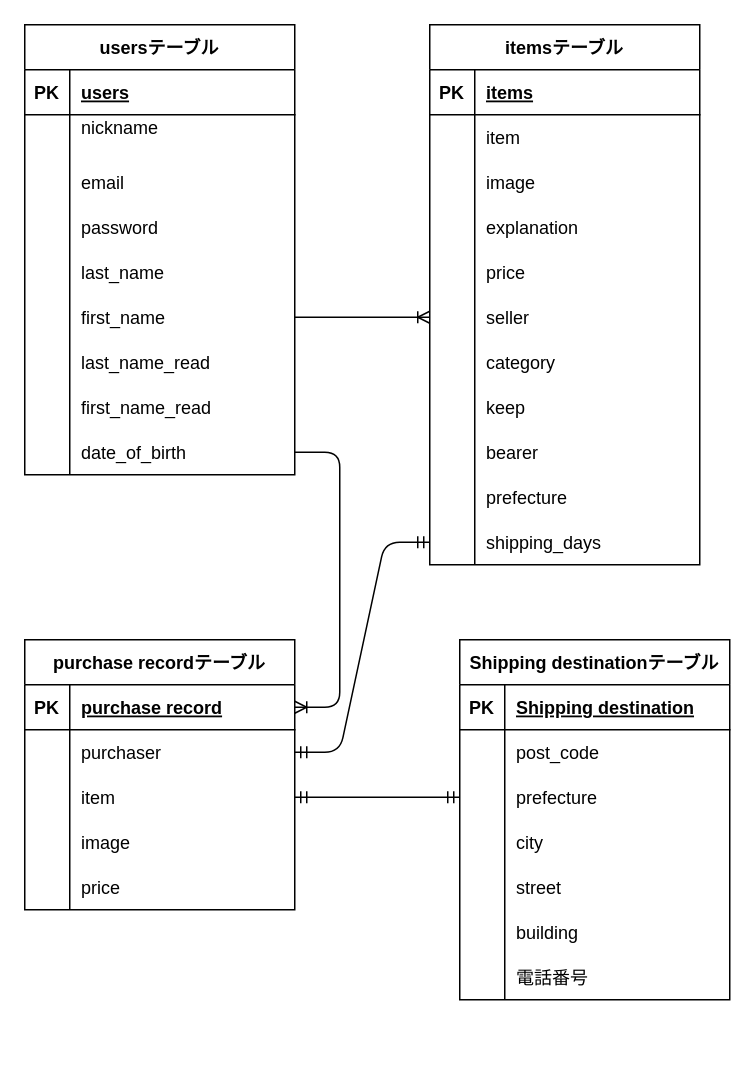
Kenshin-kohara/furima-41656 keeps this draw.io diagram as DB.dio. Above is the earlier version. Source tidied: cells renumbered, new cells numbered last; positions are measured from the earlier drawing's top-left corner, leaving out a move shared by most shapes. Both pictures are drawn from the tidied source at 150%, with x=0, y=0 at pixel (24, 24).
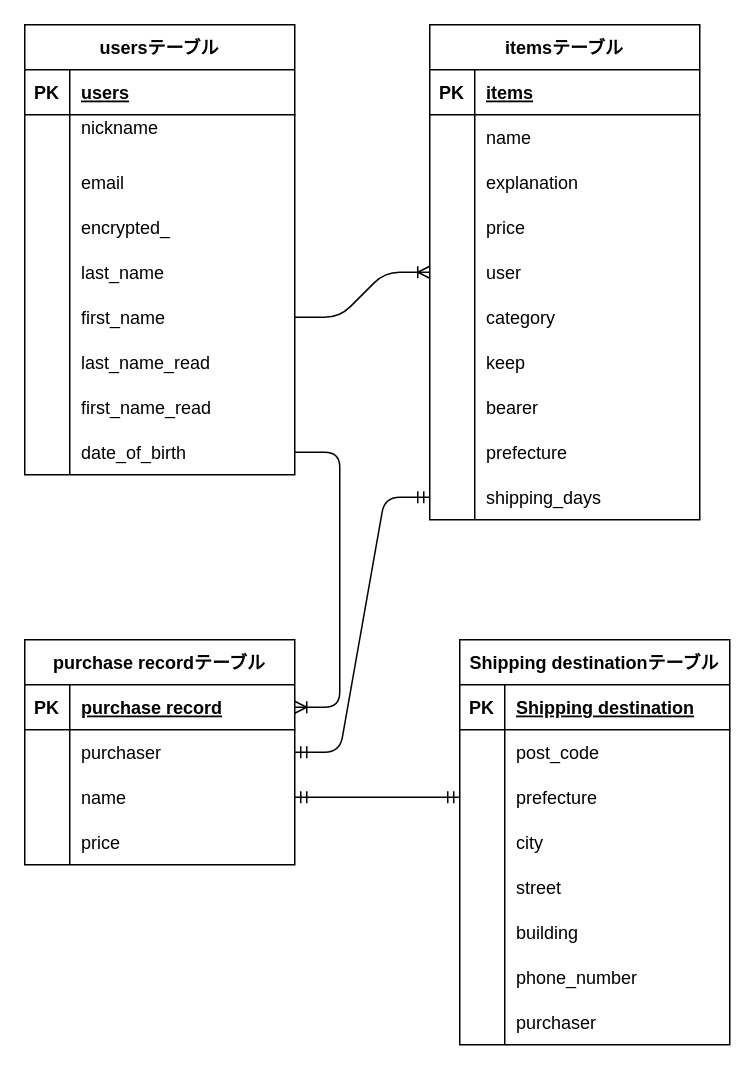
The same page after the edit.

The change refers to these unchanged cells:
```xml
<mxCell id="12" style="shape=tableRow;horizontal=0;startSize=0;swimlaneHead=0;swimlaneBody=0;fillColor=none;top=0;left=0;right=0;bottom=0;" parent="2" vertex="1">
  <mxGeometry y="120" width="180" height="30" as="geometry" />
</mxCell>
<mxCell id="34" style="shape=tableRow;horizontal=0;startSize=0;swimlaneHead=0;swimlaneBody=0;fillColor=none;top=0;left=0;right=0;bottom=0;" parent="30" vertex="1">
  <mxGeometry y="60" width="180" height="30" as="geometry" />
</mxCell>
<mxCell id="71" style="shape=tableRow;horizontal=0;startSize=0;swimlaneHead=0;swimlaneBody=0;fillColor=none;points=[[0,0.5],[1,0.5]];portConstraint=eastwest;top=0;left=0;right=0;bottom=0;" parent="64" vertex="1">
  <mxGeometry y="90" width="180" height="30" as="geometry" />
</mxCell>
<mxCell id="99" style="shape=tableRow;horizontal=0;startSize=0;swimlaneHead=0;swimlaneBody=0;fillColor=none;top=0;left=0;right=0;bottom=0;" parent="80" vertex="1">
  <mxGeometry y="210" width="180" height="30" as="geometry" />
</mxCell>
```

The edit, as a diff of the source:
```diff
@@
-    <mxCell id="14" value="password" style="shape=partialRectangle;fillColor=none;top=0;left=0;bottom=0;right=0;align=left;spacingLeft=6;overflow=hidden;" parent="12" vertex="1">
+    <mxCell id="14" value="encrypted_" style="shape=partialRectangle;fillColor=none;top=0;left=0;bottom=0;right=0;align=left;spacingLeft=6;overflow=hidden;" parent="12" vertex="1">
       <mxGeometry x="30" width="150" height="30" as="geometry" />
     </mxCell>
@@
     <mxCell id="30" value="itemsテーブル" style="shape=table;startSize=30;childLayout=tableLayout;rowLines=0;fontStyle=1;align=center;" parent="1" vertex="1">
-      <mxGeometry x="270" width="180" height="360" as="geometry" />
+      <mxGeometry x="270" width="180" height="330" as="geometry" />
     </mxCell>
@@
-    <mxCell id="36" value="item" style="shape=partialRectangle;fillColor=none;top=0;left=0;bottom=0;right=0;align=left;spacingLeft=6;overflow=hidden;" parent="34" vertex="1">
+    <mxCell id="36" value="name" style="shape=partialRectangle;fillColor=none;top=0;left=0;bottom=0;right=0;align=left;spacingLeft=6;overflow=hidden;" parent="34" vertex="1">
       <mxGeometry x="30" width="150" height="30" as="geometry" />
     </mxCell>
-    <mxCell id="37" style="shape=tableRow;horizontal=0;startSize=0;swimlaneHead=0;swimlaneBody=0;fillColor=none;top=0;left=0;right=0;bottom=0;" parent="30" vertex="1">
-      <mxGeometry y="90" width="180" height="30" as="geometry" />
-    </mxCell>
-    <mxCell id="38" style="shape=partialRectangle;fillColor=none;top=0;left=0;bottom=0;right=0;overflow=hidden;" parent="37" vertex="1">
-      <mxGeometry width="30" height="30" as="geometry" />
-    </mxCell>
-    <mxCell id="39" value="image" style="shape=partialRectangle;fillColor=none;top=0;left=0;bottom=0;right=0;align=left;spacingLeft=6;overflow=hidden;" parent="37" vertex="1">
-      <mxGeometry x="30" width="150" height="30" as="geometry" />
-    </mxCell>
     <mxCell id="40" style="shape=tableRow;horizontal=0;startSize=0;swimlaneHead=0;swimlaneBody=0;fillColor=none;top=0;left=0;right=0;bottom=0;" parent="30" vertex="1">
-      <mxGeometry y="120" width="180" height="30" as="geometry" />
+      <mxGeometry y="90" width="180" height="30" as="geometry" />
     </mxCell>
@@
     <mxCell id="43" style="shape=tableRow;horizontal=0;startSize=0;swimlaneHead=0;swimlaneBody=0;fillColor=none;top=0;left=0;right=0;bottom=0;" parent="30" vertex="1">
-      <mxGeometry y="150" width="180" height="30" as="geometry" />
+      <mxGeometry y="120" width="180" height="30" as="geometry" />
     </mxCell>
@@
     <mxCell id="46" style="shape=tableRow;horizontal=0;startSize=0;swimlaneHead=0;swimlaneBody=0;fillColor=none;points=[[0,0.5],[1,0.5]];portConstraint=eastwest;top=0;left=0;right=0;bottom=0;" parent="30" vertex="1">
-      <mxGeometry y="180" width="180" height="30" as="geometry" />
+      <mxGeometry y="150" width="180" height="30" as="geometry" />
     </mxCell>
@@
-    <mxCell id="48" value="seller" style="shape=partialRectangle;fillColor=none;top=0;left=0;bottom=0;right=0;align=left;spacingLeft=6;overflow=hidden;" parent="46" vertex="1">
+    <mxCell id="48" value="user" style="shape=partialRectangle;fillColor=none;top=0;left=0;bottom=0;right=0;align=left;spacingLeft=6;overflow=hidden;" parent="46" vertex="1">
       <mxGeometry x="30" width="150" height="30" as="geometry" />
     </mxCell>
     <mxCell id="49" style="shape=tableRow;horizontal=0;startSize=0;swimlaneHead=0;swimlaneBody=0;fillColor=none;top=0;left=0;right=0;bottom=0;" parent="30" vertex="1">
-      <mxGeometry y="210" width="180" height="30" as="geometry" />
+      <mxGeometry y="180" width="180" height="30" as="geometry" />
     </mxCell>
@@
     <mxCell id="52" style="shape=tableRow;horizontal=0;startSize=0;swimlaneHead=0;swimlaneBody=0;fillColor=none;top=0;left=0;right=0;bottom=0;" parent="30" vertex="1">
-      <mxGeometry y="240" width="180" height="30" as="geometry" />
+      <mxGeometry y="210" width="180" height="30" as="geometry" />
     </mxCell>
@@
     <mxCell id="55" style="shape=tableRow;horizontal=0;startSize=0;swimlaneHead=0;swimlaneBody=0;fillColor=none;top=0;left=0;right=0;bottom=0;" parent="30" vertex="1">
-      <mxGeometry y="270" width="180" height="30" as="geometry" />
+      <mxGeometry y="240" width="180" height="30" as="geometry" />
     </mxCell>
@@
     <mxCell id="58" style="shape=tableRow;horizontal=0;startSize=0;swimlaneHead=0;swimlaneBody=0;fillColor=none;top=0;left=0;right=0;bottom=0;" parent="30" vertex="1">
-      <mxGeometry y="300" width="180" height="30" as="geometry" />
+      <mxGeometry y="270" width="180" height="30" as="geometry" />
     </mxCell>
@@
     <mxCell id="61" style="shape=tableRow;horizontal=0;startSize=0;swimlaneHead=0;swimlaneBody=0;fillColor=none;points=[[0,0.5],[1,0.5]];portConstraint=eastwest;top=0;left=0;right=0;bottom=0;" parent="30" vertex="1">
-      <mxGeometry y="330" width="180" height="30" as="geometry" />
+      <mxGeometry y="300" width="180" height="30" as="geometry" />
     </mxCell>
@@
     <mxCell id="64" value="purchase recordテーブル" style="shape=table;startSize=30;childLayout=tableLayout;rowLines=0;fontStyle=1;align=center;" parent="1" vertex="1">
-      <mxGeometry y="410" width="180" height="180" as="geometry" />
+      <mxGeometry y="410" width="180" height="150" as="geometry" />
     </mxCell>
@@
-    <mxCell id="73" value="item" style="shape=partialRectangle;fillColor=none;top=0;left=0;bottom=0;right=0;align=left;spacingLeft=6;overflow=hidden;" parent="71" vertex="1">
+    <mxCell id="73" value="name" style="shape=partialRectangle;fillColor=none;top=0;left=0;bottom=0;right=0;align=left;spacingLeft=6;overflow=hidden;" parent="71" vertex="1">
       <mxGeometry x="30" width="150" height="30" as="geometry" />
     </mxCell>
-    <mxCell id="74" style="shape=tableRow;horizontal=0;startSize=0;swimlaneHead=0;swimlaneBody=0;fillColor=none;top=0;left=0;right=0;bottom=0;" parent="64" vertex="1">
-      <mxGeometry y="120" width="180" height="30" as="geometry" />
-    </mxCell>
-    <mxCell id="75" style="shape=partialRectangle;fillColor=none;top=0;left=0;bottom=0;right=0;overflow=hidden;" parent="74" vertex="1">
-      <mxGeometry width="30" height="30" as="geometry" />
-    </mxCell>
-    <mxCell id="76" value="image" style="shape=partialRectangle;fillColor=none;top=0;left=0;bottom=0;right=0;align=left;spacingLeft=6;overflow=hidden;" parent="74" vertex="1">
-      <mxGeometry x="30" width="150" height="30" as="geometry" />
-    </mxCell>
     <mxCell id="77" style="shape=tableRow;horizontal=0;startSize=0;swimlaneHead=0;swimlaneBody=0;fillColor=none;top=0;left=0;right=0;bottom=0;" parent="64" vertex="1">
-      <mxGeometry y="150" width="180" height="30" as="geometry" />
+      <mxGeometry y="120" width="180" height="30" as="geometry" />
     </mxCell>
@@
     <mxCell id="80" value="Shipping destinationテーブル" style="shape=table;startSize=30;childLayout=tableLayout;rowLines=0;fontStyle=1;align=center;" parent="1" vertex="1">
-      <mxGeometry x="290" y="410" width="180" height="240" as="geometry" />
+      <mxGeometry x="290" y="410" width="180" height="270" as="geometry" />
     </mxCell>
@@
-    <mxCell id="101" value="電話番号" style="shape=partialRectangle;fillColor=none;top=0;left=0;bottom=0;right=0;align=left;spacingLeft=6;overflow=hidden;" parent="99" vertex="1">
+    <mxCell id="101" value="phone_number" style="shape=partialRectangle;fillColor=none;top=0;left=0;bottom=0;right=0;align=left;spacingLeft=6;overflow=hidden;" parent="99" vertex="1">
       <mxGeometry x="30" width="150" height="30" as="geometry" />
     </mxCell>
+    <mxCell id="106" style="shape=tableRow;horizontal=0;startSize=0;swimlaneHead=0;swimlaneBody=0;fillColor=none;top=0;left=0;right=0;bottom=0;" parent="80" vertex="1">
+      <mxGeometry y="240" width="180" height="30" as="geometry" />
+    </mxCell>
+    <mxCell id="107" style="shape=partialRectangle;fillColor=none;top=0;left=0;bottom=0;right=0;overflow=hidden;" parent="106" vertex="1">
+      <mxGeometry width="30" height="30" as="geometry" />
+    </mxCell>
+    <mxCell id="108" value="purchaser" style="shape=partialRectangle;fillColor=none;top=0;left=0;bottom=0;right=0;align=left;spacingLeft=6;overflow=hidden;" parent="106" vertex="1">
+      <mxGeometry x="30" width="150" height="30" as="geometry" />
+    </mxCell>
```
